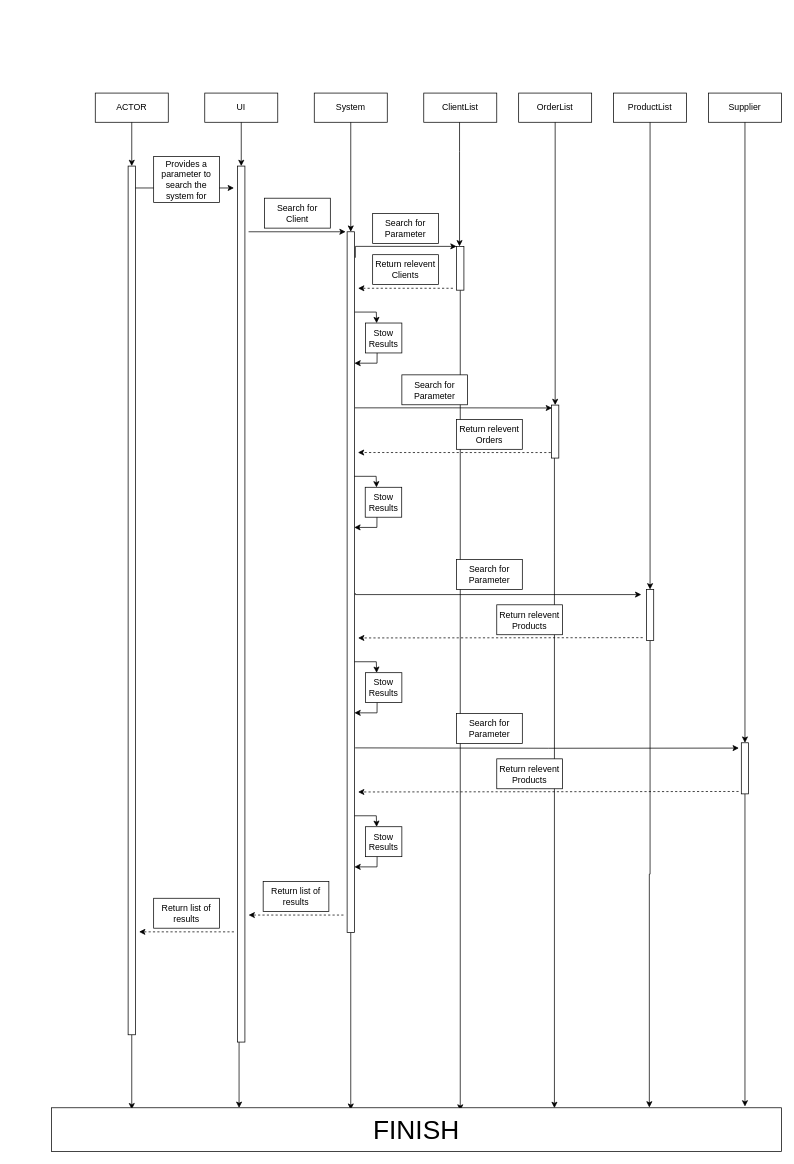
Above: Project_1/SequenceDiagrams/Search.drawio in chrismd2/CSci-430-Group-11 (draw.io), before the change. Source tidied: cells renumbered, new cells numbered last; positions are measured from the earlier drawing's top-left corner, leaving out a move shared by most shapes. Both pictures are drawn from the tidied source at 73%, with x=0, y=0 at pixel (51, 93).
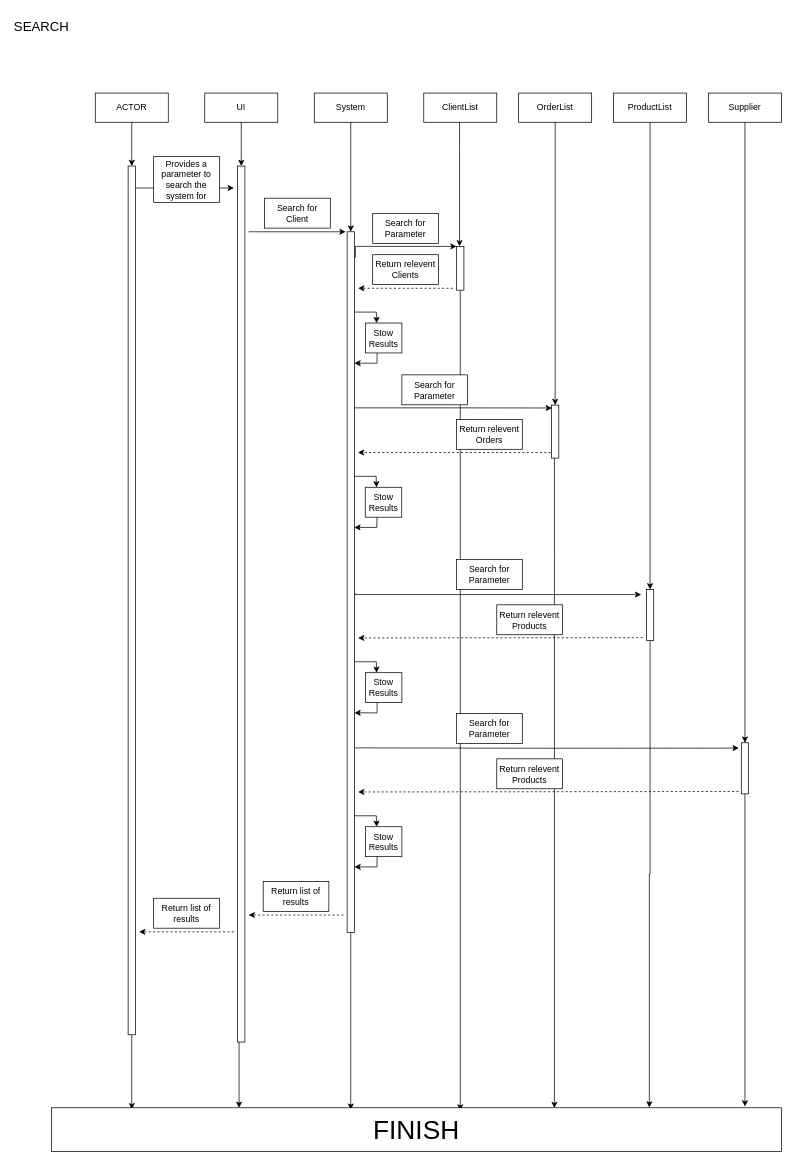
The same diagram, later.

What changed in the source:
```diff
@@
+    <mxCell id="68" value="&lt;span style=&quot;font-size: 18px&quot;&gt;SEARCH&lt;/span&gt;" style="rounded=0;whiteSpace=wrap;html=1;strokeColor=none;align=left;" parent="1" vertex="1">
+      <mxGeometry x="-53.3" y="-110" width="270" height="40" as="geometry" />
+    </mxCell>
```
